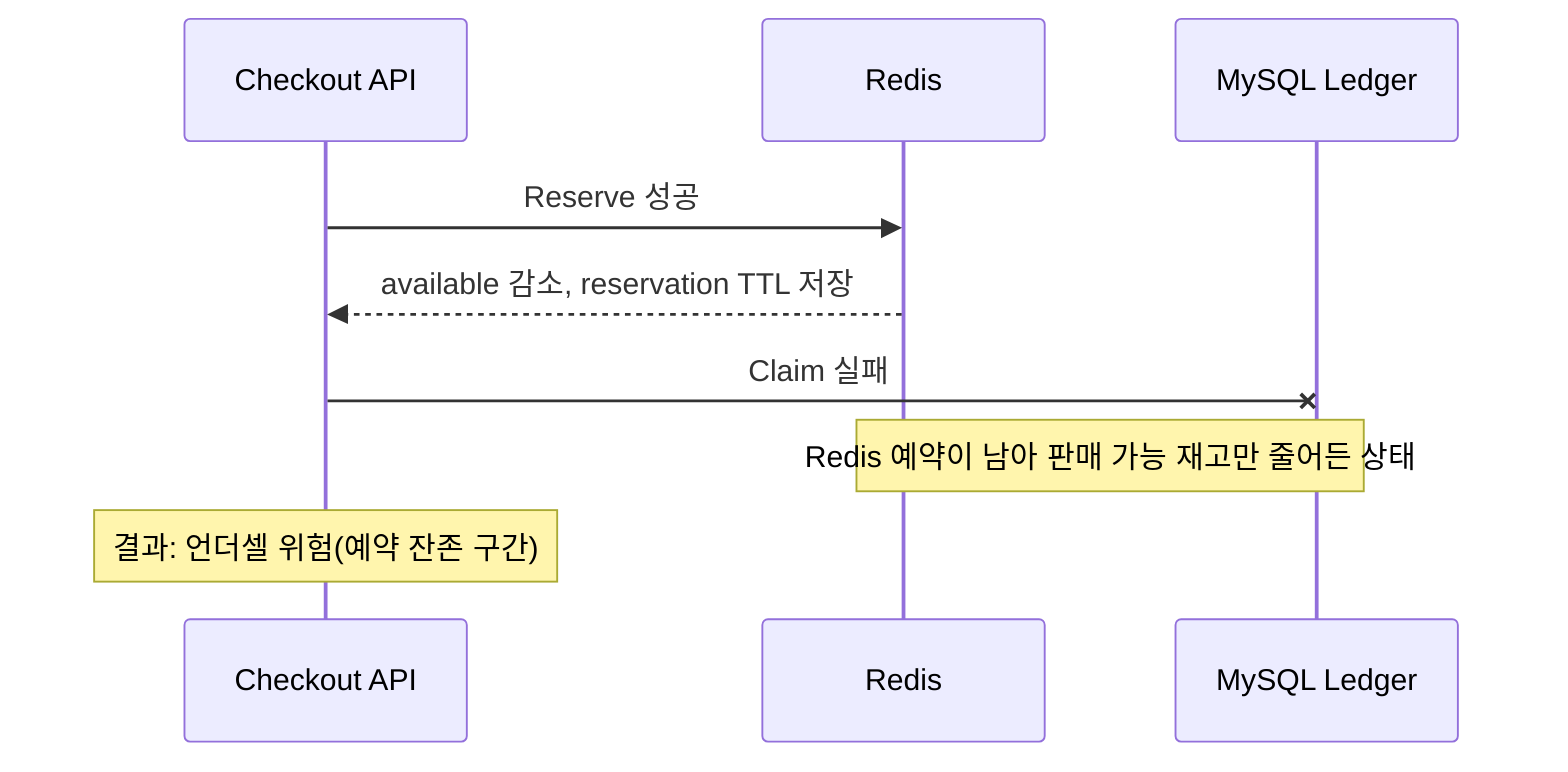
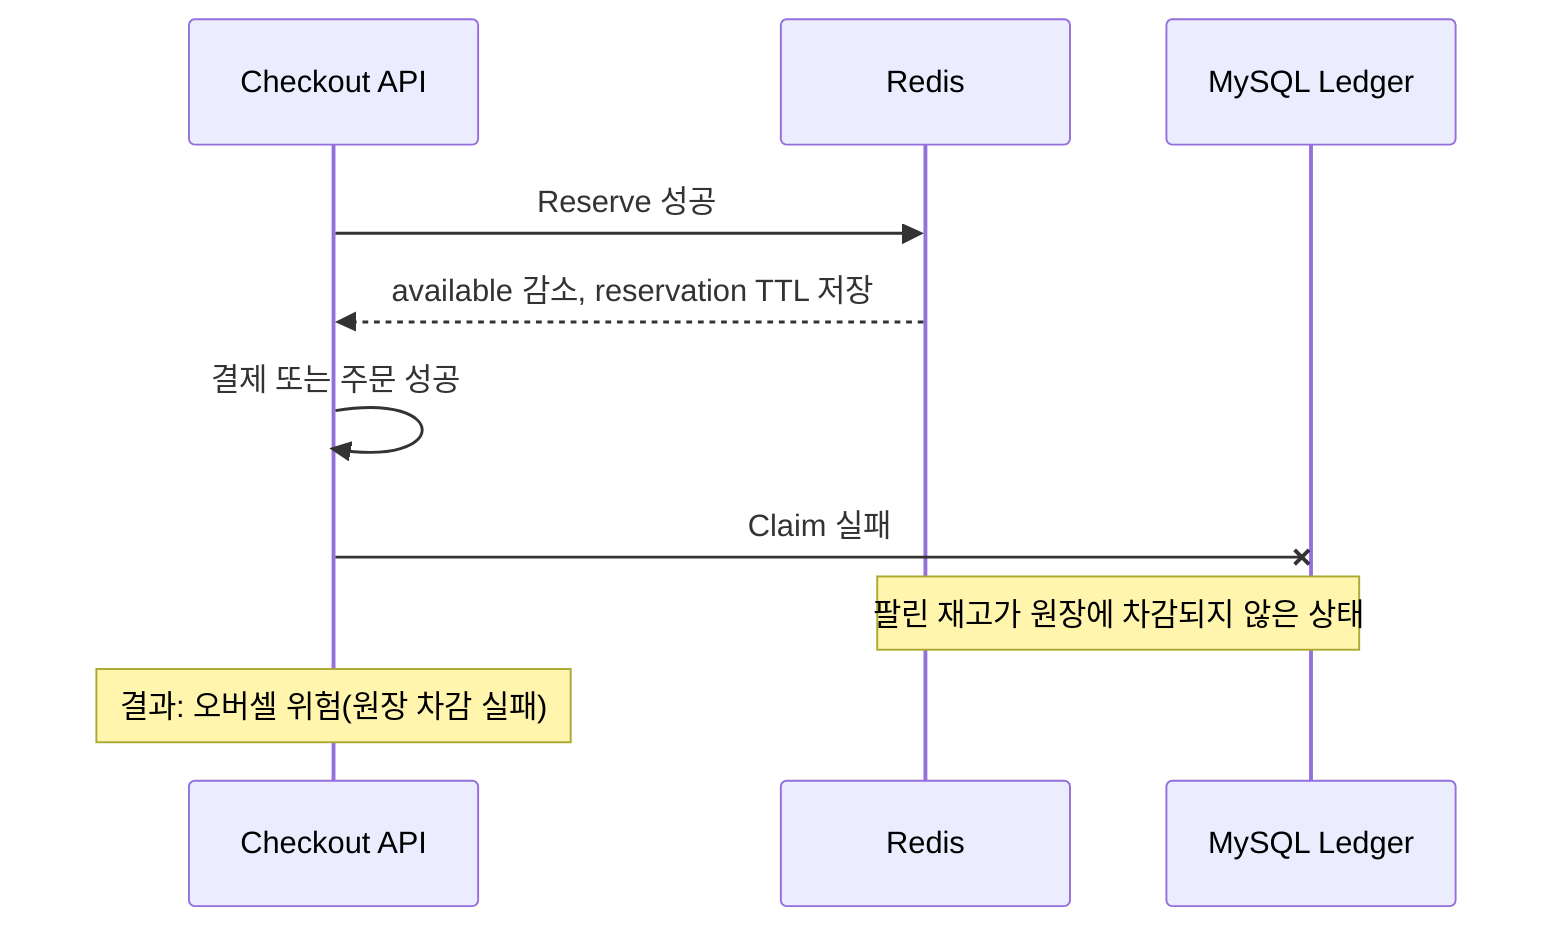
sequenceDiagram
    participant API as Checkout API
    participant Redis
    participant DB as MySQL Ledger

    API->>Redis: Reserve 성공
    Redis-->>API: available 감소, reservation TTL 저장
+     API->>API: 결제 또는 주문 성공
    API-xDB: Claim 실패
-     Note over Redis,DB: Redis 예약이 남아 판매 가능 재고만 줄어든 상태
-     Note over API: 결과: 언더셀 위험(예약 잔존 구간)
+     Note over Redis,DB: 팔린 재고가 원장에 차감되지 않은 상태
+     Note over API: 결과: 오버셀 위험(원장 차감 실패)
